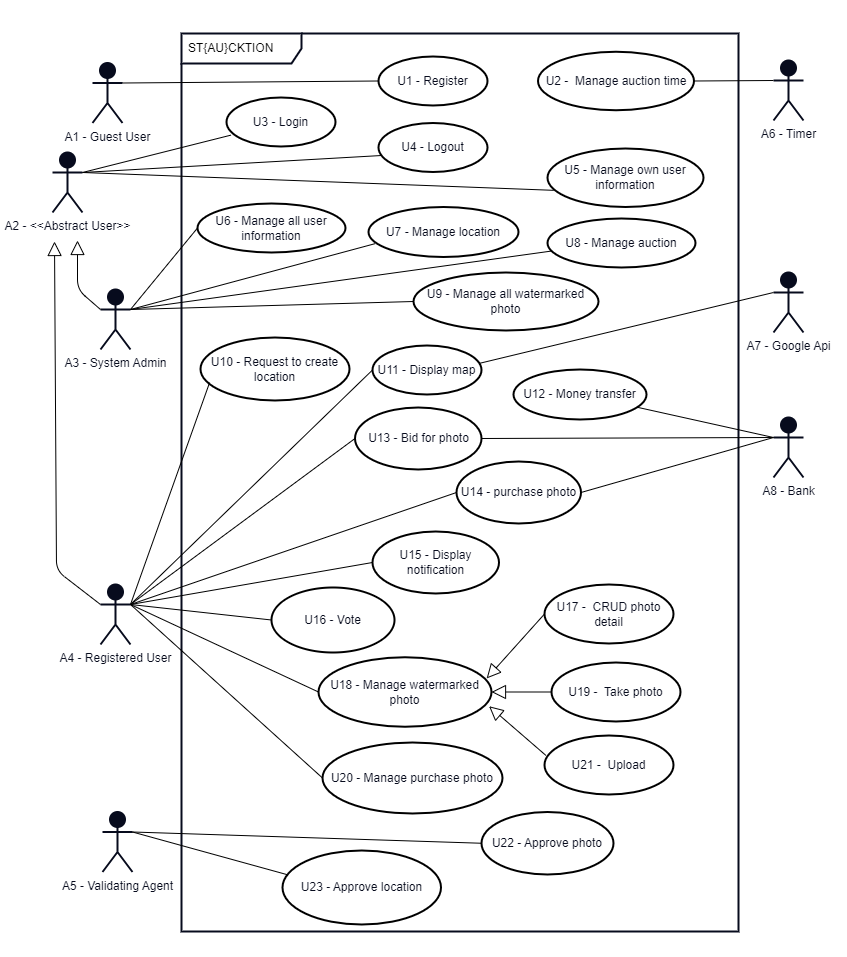
Above: diagrams/use-case-diagram/use-case-diagram.png in staucktion/docs (draw.io), before the change. Source tidied: cells renumbered, new cells last; positions are measured from the earlier drawing's top-left corner, leaving out a move shared by most shapes.
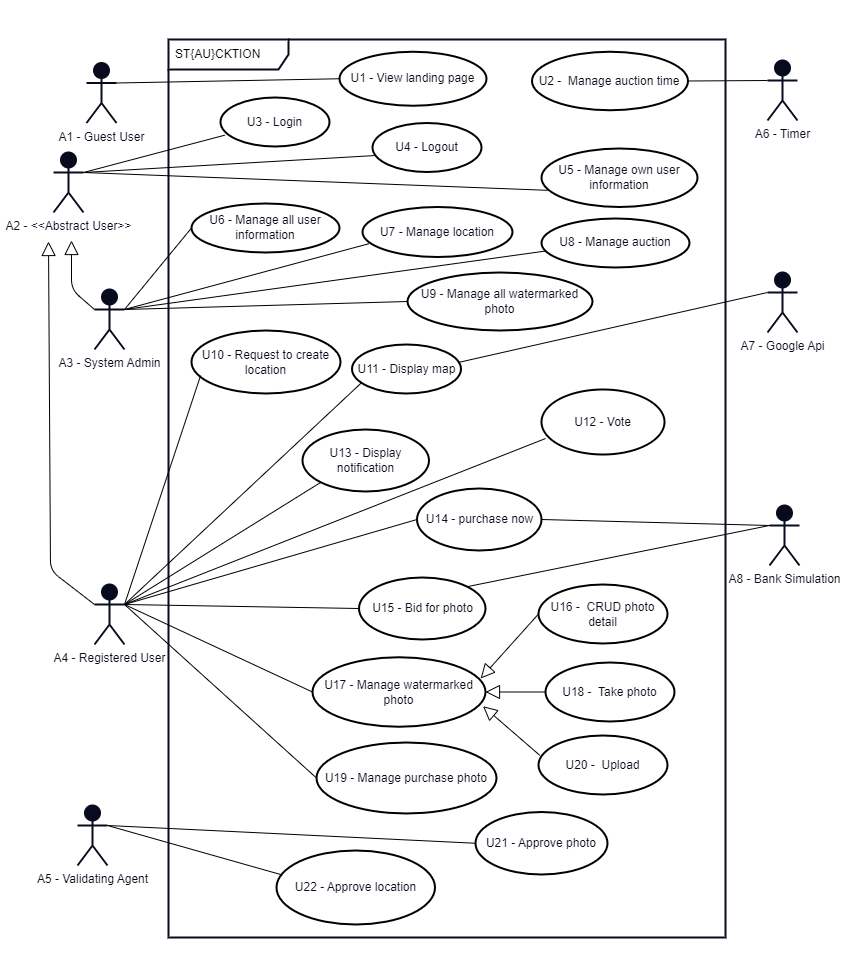
Later version of the same file.

Commit message:
update use case diagram

Diff of the diagram source:
```diff
@@ -3,13 +3,13 @@
     <mxCell id="0" />
     <mxCell id="1" parent="0" />
     <mxCell id="2" style="rounded=0;whiteSpace=wrap;html=1;strokeColor=#FFFFFF;strokeWidth=2;fontColor=#070B1D;fillColor=none;gradientColor=none;" parent="1" vertex="1">
-      <mxGeometry width="845" height="955" as="geometry" />
+      <mxGeometry x="6" width="839" height="955" as="geometry" />
     </mxCell>
     <mxCell id="3" value="ST{AU}CKTION" style="shape=umlFrame;whiteSpace=wrap;html=1;width=120;height=30;boundedLbl=1;verticalAlign=middle;align=left;spacingLeft=5;strokeWidth=2;swimlaneFillColor=none;perimeterSpacing=1;strokeColor=#070B1D;" parent="1" vertex="1">
-      <mxGeometry x="180" y="32" width="557" height="898" as="geometry" />
+      <mxGeometry x="173" y="38" width="557" height="898" as="geometry" />
     </mxCell>
     <mxCell id="4" value="&lt;font color=&quot;#070b1d&quot;&gt;A2 - &amp;lt;&amp;lt;Abstract User&amp;gt;&amp;gt;&lt;br&gt;&lt;/font&gt;" style="shape=umlActor;verticalLabelPosition=bottom;verticalAlign=top;html=1;strokeColor=#070B1D;strokeWidth=2;fillColor=#070B1D;gradientColor=none;" parent="1" vertex="1">
-      <mxGeometry x="51" y="151" width="30" height="60" as="geometry" />
+      <mxGeometry x="58" y="151" width="30" height="60" as="geometry" />
     </mxCell>
     <mxCell id="5" value="U7 - Manage location" style="ellipse;whiteSpace=wrap;html=1;strokeColor=#000000;strokeWidth=2;fontColor=#070B1D;fillColor=none;gradientColor=none;" parent="1" vertex="1">
       <mxGeometry x="367" y="205.5" width="150" height="50" as="geometry" />
@@ -17,10 +17,7 @@
     <mxCell id="6" value="U5 - Manage own user information" style="ellipse;whiteSpace=wrap;html=1;strokeColor=#000000;strokeWidth=2;fontColor=#070B1D;fillColor=none;gradientColor=none;" parent="1" vertex="1">
       <mxGeometry x="546" y="147" width="156" height="58.5" as="geometry" />
     </mxCell>
-    <mxCell id="7" value="U12 -&amp;nbsp;Money transfer" style="ellipse;whiteSpace=wrap;html=1;strokeColor=#000000;strokeWidth=2;fontColor=#070B1D;fillColor=none;gradientColor=none;" parent="1" vertex="1">
-      <mxGeometry x="512" y="368" width="133" height="50" as="geometry" />
-    </mxCell>
-    <mxCell id="8" value="U21 -&amp;nbsp; Upload" style="ellipse;whiteSpace=wrap;html=1;strokeColor=#000000;strokeWidth=2;fontColor=#070B1D;fillColor=none;gradientColor=none;" parent="1" vertex="1">
+    <mxCell id="8" value="U20 -&amp;nbsp; Upload" style="ellipse;whiteSpace=wrap;html=1;strokeColor=#000000;strokeWidth=2;fontColor=#070B1D;fillColor=none;gradientColor=none;" parent="1" vertex="1">
       <mxGeometry x="543" y="734" width="129" height="59" as="geometry" />
     </mxCell>
     <mxCell id="9" value="U3 - Login" style="ellipse;whiteSpace=wrap;html=1;strokeColor=#000000;strokeWidth=2;fontColor=#070B1D;fillColor=none;gradientColor=none;" parent="1" vertex="1">
@@ -29,11 +26,11 @@
     <mxCell id="10" value="U4 - Logout" style="ellipse;whiteSpace=wrap;html=1;strokeColor=#000000;strokeWidth=2;fontColor=#070B1D;fillColor=none;gradientColor=none;" parent="1" vertex="1">
       <mxGeometry x="377" y="121.5" width="109" height="49" as="geometry" />
     </mxCell>
-    <mxCell id="11" value="U13 -&amp;nbsp;Bid for photo" style="ellipse;whiteSpace=wrap;html=1;strokeColor=#000000;strokeWidth=2;fontColor=#070B1D;fillColor=none;gradientColor=none;" parent="1" vertex="1">
-      <mxGeometry x="353.5" y="406" width="126.5" height="62" as="geometry" />
+    <mxCell id="11" value="U15 -&amp;nbsp;Bid for photo" style="ellipse;whiteSpace=wrap;html=1;strokeColor=#000000;strokeWidth=2;fontColor=#070B1D;fillColor=none;gradientColor=none;" parent="1" vertex="1">
+      <mxGeometry x="363.5" y="576" width="126.5" height="62" as="geometry" />
     </mxCell>
-    <mxCell id="12" value="&lt;font color=&quot;#070b1d&quot;&gt;A8 - Bank&lt;br&gt;&lt;/font&gt;" style="shape=umlActor;verticalLabelPosition=bottom;verticalAlign=top;html=1;strokeColor=#070B1D;strokeWidth=2;fillColor=#070B1D;gradientColor=none;" parent="1" vertex="1">
-      <mxGeometry x="772" y="416" width="30" height="60" as="geometry" />
+    <mxCell id="12" value="&lt;font color=&quot;#070b1d&quot;&gt;A8 - Bank Simulation&lt;br&gt;&lt;/font&gt;" style="shape=umlActor;verticalLabelPosition=bottom;verticalAlign=top;html=1;strokeColor=#070B1D;strokeWidth=2;fillColor=#070B1D;gradientColor=none;" parent="1" vertex="1">
+      <mxGeometry x="774" y="504" width="30" height="60" as="geometry" />
     </mxCell>
     <mxCell id="13" value="&lt;font color=&quot;#070b1d&quot;&gt;A7 - Google Api&lt;br&gt;&lt;/font&gt;" style="shape=umlActor;verticalLabelPosition=bottom;verticalAlign=top;html=1;strokeColor=#070B1D;strokeWidth=2;fillColor=#070B1D;gradientColor=none;" parent="1" vertex="1">
       <mxGeometry x="772" y="271" width="30" height="60" as="geometry" />
@@ -41,27 +38,24 @@
     <mxCell id="14" value="&lt;font color=&quot;#070b1d&quot;&gt;A3 - System Admin&lt;br&gt;&lt;/font&gt;" style="shape=umlActor;verticalLabelPosition=bottom;verticalAlign=top;html=1;strokeColor=#070B1D;strokeWidth=2;fillColor=#070B1D;gradientColor=none;" parent="1" vertex="1">
       <mxGeometry x="99" y="288" width="30" height="60" as="geometry" />
     </mxCell>
-    <mxCell id="15" value="U14 - purchase photo" style="ellipse;whiteSpace=wrap;html=1;strokeColor=#000000;strokeWidth=2;fontColor=#070B1D;fillColor=none;gradientColor=none;" parent="1" vertex="1">
-      <mxGeometry x="455" y="460" width="124.5" height="62" as="geometry" />
+    <mxCell id="15" value="U14 - purchase now" style="ellipse;whiteSpace=wrap;html=1;strokeColor=#000000;strokeWidth=2;fontColor=#070B1D;fillColor=none;gradientColor=none;" parent="1" vertex="1">
+      <mxGeometry x="421.5" y="487" width="124.5" height="62" as="geometry" />
     </mxCell>
-    <mxCell id="16" value="U16 - Vote" style="ellipse;whiteSpace=wrap;html=1;strokeColor=#000000;strokeWidth=2;fontColor=#070B1D;fillColor=none;gradientColor=none;" parent="1" vertex="1">
-      <mxGeometry x="270" y="586" width="123" height="65" as="geometry" />
+    <mxCell id="16" value="U12 - Vote" style="ellipse;whiteSpace=wrap;html=1;strokeColor=#000000;strokeWidth=2;fontColor=#070B1D;fillColor=none;gradientColor=none;" parent="1" vertex="1">
+      <mxGeometry x="546" y="388" width="123" height="65" as="geometry" />
     </mxCell>
-    <mxCell id="17" value="U18 - Manage watermarked photo" style="ellipse;whiteSpace=wrap;html=1;strokeColor=#000000;strokeWidth=2;fontColor=#070B1D;fillColor=none;gradientColor=none;" parent="1" vertex="1">
+    <mxCell id="17" value="U17 - Manage watermarked photo" style="ellipse;whiteSpace=wrap;html=1;strokeColor=#000000;strokeWidth=2;fontColor=#070B1D;fillColor=none;gradientColor=none;" parent="1" vertex="1">
       <mxGeometry x="317" y="655.8" width="173" height="69.5" as="geometry" />
     </mxCell>
-    <mxCell id="18" value="U22 - Approve photo" style="ellipse;whiteSpace=wrap;html=1;strokeColor=#000000;strokeWidth=2;fontColor=#070B1D;fillColor=none;gradientColor=none;" parent="1" vertex="1">
+    <mxCell id="18" value="U21 - Approve photo" style="ellipse;whiteSpace=wrap;html=1;strokeColor=#000000;strokeWidth=2;fontColor=#070B1D;fillColor=none;gradientColor=none;" parent="1" vertex="1">
       <mxGeometry x="480" y="810.5" width="132" height="62.5" as="geometry" />
     </mxCell>
     <mxCell id="19" value="&lt;font color=&quot;#070b1d&quot;&gt;A5 - Validating Agent&lt;br&gt;&lt;/font&gt;" style="shape=umlActor;verticalLabelPosition=bottom;verticalAlign=top;html=1;strokeColor=#070B1D;strokeWidth=2;fillColor=#070B1D;gradientColor=none;" parent="1" vertex="1">
-      <mxGeometry x="101" y="810.5" width="30" height="60" as="geometry" />
+      <mxGeometry x="82" y="804" width="30" height="60" as="geometry" />
     </mxCell>
     <mxCell id="20" style="endArrow=none;html=1;rounded=1;strokeColor=#000000;fontColor=#070B1D;exitX=1;exitY=0.5;exitDx=0;exitDy=0;entryX=0;entryY=0.3333333333333333;entryDx=0;entryDy=0;entryPerimeter=0;" parent="1" edge="1" source="15" target="12">
       <mxGeometry relative="1" as="geometry" />
     </mxCell>
-    <mxCell id="21" style="endArrow=none;html=1;strokeColor=#000000;exitX=0;exitY=0.3333333333333333;exitDx=0;exitDy=0;exitPerimeter=0;" parent="1" edge="1" source="12" target="7">
-      <mxGeometry relative="1" as="geometry" />
-    </mxCell>
     <mxCell id="22" style="endArrow=none;html=1;strokeColor=#000000;exitX=0.041;exitY=0.768;exitDx=0;exitDy=0;entryX=1;entryY=0.3333333333333333;entryDx=0;entryDy=0;entryPerimeter=0;exitPerimeter=0;" parent="1" edge="1" source="9" target="4">
       <mxGeometry relative="1" as="geometry" />
     </mxCell>
@@ -86,8 +80,8 @@
     <mxCell id="29" style="endArrow=none;html=1;strokeColor=#000000;entryX=1;entryY=0.3333333333333333;entryDx=0;entryDy=0;exitX=0;exitY=0.5;exitDx=0;exitDy=0;entryPerimeter=0;" parent="1" edge="1" source="15" target="36">
       <mxGeometry relative="1" as="geometry" />
     </mxCell>
-    <mxCell id="30" value="U1 - Register" style="ellipse;whiteSpace=wrap;html=1;strokeColor=#000000;strokeWidth=2;fontColor=#070B1D;fillColor=none;gradientColor=none;" parent="1" vertex="1">
-      <mxGeometry x="377" y="55" width="109" height="49" as="geometry" />
+    <mxCell id="30" value="U1 - View landing page" style="ellipse;whiteSpace=wrap;html=1;strokeColor=#000000;strokeWidth=2;fontColor=#070B1D;fillColor=none;gradientColor=none;" parent="1" vertex="1">
+      <mxGeometry x="344" y="50.2" width="147" height="54" as="geometry" />
     </mxCell>
     <mxCell id="31" value="&lt;font color=&quot;#070b1d&quot;&gt;A1 - Guest User&lt;br&gt;&lt;/font&gt;" style="shape=umlActor;verticalLabelPosition=bottom;verticalAlign=top;html=1;strokeColor=#070B1D;strokeWidth=2;fillColor=#070B1D;gradientColor=none;" parent="1" vertex="1">
       <mxGeometry x="91" y="61.5" width="30" height="60" as="geometry" />
@@ -111,25 +105,25 @@
         </Array>
       </mxGeometry>
     </mxCell>
-    <mxCell id="35" style="endArrow=none;html=1;rounded=1;strokeColor=#000000;fontColor=#070B1D;exitX=1;exitY=0.5;exitDx=0;exitDy=0;entryX=0;entryY=0.3333333333333333;entryDx=0;entryDy=0;entryPerimeter=0;" parent="1" edge="1" source="11" target="12">
+    <mxCell id="35" style="endArrow=none;html=1;rounded=1;strokeColor=#000000;fontColor=#070B1D;exitX=1;exitY=0;exitDx=0;exitDy=0;entryX=0;entryY=0.3333333333333333;entryDx=0;entryDy=0;entryPerimeter=0;" parent="1" edge="1" source="11" target="12">
       <mxGeometry relative="1" as="geometry" />
     </mxCell>
     <mxCell id="36" value="&lt;font color=&quot;#070b1d&quot;&gt;A4 - Registered User&lt;br&gt;&lt;/font&gt;" style="shape=umlActor;verticalLabelPosition=bottom;verticalAlign=top;html=1;strokeColor=#070B1D;strokeWidth=2;fillColor=#070B1D;gradientColor=none;" parent="1" vertex="1">
       <mxGeometry x="99" y="583" width="30" height="60" as="geometry" />
     </mxCell>
     <mxCell id="37" value="U10 - Request to create location" style="ellipse;whiteSpace=wrap;html=1;strokeColor=#000000;strokeWidth=2;fontColor=#070B1D;fillColor=none;gradientColor=none;" parent="1" vertex="1">
-      <mxGeometry x="199" y="336" width="149" height="63" as="geometry" />
+      <mxGeometry x="196" y="329" width="149" height="63" as="geometry" />
     </mxCell>
-    <mxCell id="38" value="U23 -&amp;nbsp;Approve location" style="ellipse;whiteSpace=wrap;html=1;strokeColor=#000000;strokeWidth=2;fontColor=#070B1D;fillColor=none;gradientColor=none;" parent="1" vertex="1">
+    <mxCell id="38" value="U22 -&amp;nbsp;Approve location" style="ellipse;whiteSpace=wrap;html=1;strokeColor=#000000;strokeWidth=2;fontColor=#070B1D;fillColor=none;gradientColor=none;" parent="1" vertex="1">
       <mxGeometry x="281" y="849" width="158.5" height="74" as="geometry" />
     </mxCell>
     <mxCell id="39" style="endArrow=none;html=1;strokeColor=#000000;entryX=1;entryY=0.3333333333333333;entryDx=0;entryDy=0;exitX=0.032;exitY=0.328;exitDx=0;exitDy=0;entryPerimeter=0;exitPerimeter=0;" parent="1" edge="1" source="38" target="19">
       <mxGeometry relative="1" as="geometry" />
     </mxCell>
     <mxCell id="40" value="U11 -&amp;nbsp;Display map" style="ellipse;whiteSpace=wrap;html=1;strokeColor=#000000;strokeWidth=2;fontColor=#070B1D;fillColor=none;gradientColor=none;" parent="1" vertex="1">
-      <mxGeometry x="371" y="344" width="109" height="49" as="geometry" />
+      <mxGeometry x="356.5" y="343" width="109" height="49" as="geometry" />
     </mxCell>
-    <mxCell id="41" style="endArrow=none;html=1;strokeColor=#000000;exitX=0;exitY=0.5;exitDx=0;exitDy=0;entryX=1;entryY=0.3333333333333333;entryDx=0;entryDy=0;entryPerimeter=0;" parent="1" edge="1" source="40" target="36">
+    <mxCell id="41" style="endArrow=none;html=1;strokeColor=#000000;exitX=0.084;exitY=0.787;exitDx=0;exitDy=0;entryX=1;entryY=0.3333333333333333;entryDx=0;entryDy=0;entryPerimeter=0;exitPerimeter=0;" parent="1" edge="1" source="40" target="36">
       <mxGeometry relative="1" as="geometry" />
     </mxCell>
     <mxCell id="42" style="endArrow=none;html=1;strokeColor=#000000;entryX=0;entryY=0.3333333333333333;entryDx=0;entryDy=0;entryPerimeter=0;exitX=0.987;exitY=0.361;exitDx=0;exitDy=0;exitPerimeter=0;" parent="1" edge="1" source="40" target="13">
@@ -165,28 +159,28 @@
     <mxCell id="52" style="endArrow=none;html=1;strokeColor=#000000;entryX=1;entryY=0.3333333333333333;entryDx=0;entryDy=0;exitX=0;exitY=0.5;exitDx=0;exitDy=0;entryPerimeter=0;" parent="1" edge="1" source="51" target="14">
       <mxGeometry relative="1" as="geometry" />
     </mxCell>
-    <mxCell id="53" value="U15 - Display notification" style="ellipse;whiteSpace=wrap;html=1;strokeColor=#000000;strokeWidth=2;fontColor=#070B1D;fillColor=none;gradientColor=none;" parent="1" vertex="1">
-      <mxGeometry x="371" y="530" width="126.5" height="62" as="geometry" />
+    <mxCell id="53" value="U13 - Display notification" style="ellipse;whiteSpace=wrap;html=1;strokeColor=#000000;strokeWidth=2;fontColor=#070B1D;fillColor=none;gradientColor=none;" parent="1" vertex="1">
+      <mxGeometry x="307" y="428" width="126.5" height="62" as="geometry" />
     </mxCell>
-    <mxCell id="54" style="endArrow=none;html=1;strokeColor=#000000;entryX=1;entryY=0.3333333333333333;entryDx=0;entryDy=0;exitX=0;exitY=0.5;exitDx=0;exitDy=0;entryPerimeter=0;" parent="1" edge="1" source="53" target="36">
+    <mxCell id="54" style="endArrow=none;html=1;strokeColor=#000000;entryX=1;entryY=0.3333333333333333;entryDx=0;entryDy=0;exitX=0;exitY=1;exitDx=0;exitDy=0;entryPerimeter=0;" parent="1" edge="1" source="53" target="36">
       <mxGeometry relative="1" as="geometry" />
     </mxCell>
     <mxCell id="55" style="endArrow=none;html=1;strokeColor=#000000;exitX=0;exitY=0.5;exitDx=0;exitDy=0;entryX=1;entryY=0.3333333333333333;entryDx=0;entryDy=0;entryPerimeter=0;" parent="1" edge="1" source="56" target="36">
       <mxGeometry relative="1" as="geometry" />
     </mxCell>
-    <mxCell id="56" value="U20 - Manage purchase photo" style="ellipse;whiteSpace=wrap;html=1;strokeColor=#000000;strokeWidth=2;fontColor=#070B1D;fillColor=none;gradientColor=none;" parent="1" vertex="1">
+    <mxCell id="56" value="U19 - Manage purchase photo" style="ellipse;whiteSpace=wrap;html=1;strokeColor=#000000;strokeWidth=2;fontColor=#070B1D;fillColor=none;gradientColor=none;" parent="1" vertex="1">
       <mxGeometry x="321" y="741" width="180" height="71" as="geometry" />
     </mxCell>
-    <mxCell id="57" value="U19 -&amp;nbsp; Take photo" style="ellipse;whiteSpace=wrap;html=1;strokeColor=#000000;strokeWidth=2;fontColor=#070B1D;fillColor=none;gradientColor=none;" parent="1" vertex="1">
+    <mxCell id="57" value="U18 -&amp;nbsp; Take photo" style="ellipse;whiteSpace=wrap;html=1;strokeColor=#000000;strokeWidth=2;fontColor=#070B1D;fillColor=none;gradientColor=none;" parent="1" vertex="1">
       <mxGeometry x="550" y="661" width="129" height="59" as="geometry" />
     </mxCell>
-    <mxCell id="58" value="U17 -&amp;nbsp; CRUD photo detail" style="ellipse;whiteSpace=wrap;html=1;strokeColor=#000000;strokeWidth=2;fontColor=#070B1D;fillColor=none;gradientColor=none;" parent="1" vertex="1">
+    <mxCell id="58" value="U16 -&amp;nbsp; CRUD photo detail" style="ellipse;whiteSpace=wrap;html=1;strokeColor=#000000;strokeWidth=2;fontColor=#070B1D;fillColor=none;gradientColor=none;" parent="1" vertex="1">
       <mxGeometry x="543" y="583" width="129" height="59" as="geometry" />
     </mxCell>
     <mxCell id="59" style="edgeStyle=none;html=1;endSize=12;endArrow=block;endFill=0;strokeColor=#000000;entryX=0.972;entryY=0.305;entryDx=0;entryDy=0;exitX=0;exitY=0.5;exitDx=0;exitDy=0;entryPerimeter=0;" parent="1" edge="1" source="58" target="17">
       <mxGeometry relative="1" as="geometry" />
     </mxCell>
-    <mxCell id="60" style="endArrow=none;html=1;strokeColor=#000000;exitX=1;exitY=0.3333333333333333;exitDx=0;exitDy=0;entryX=0;entryY=0.5;entryDx=0;entryDy=0;exitPerimeter=0;" parent="1" edge="1" source="36" target="16">
+    <mxCell id="60" style="endArrow=none;html=1;strokeColor=#000000;exitX=1;exitY=0.3333333333333333;exitDx=0;exitDy=0;entryX=0.033;entryY=0.754;entryDx=0;entryDy=0;exitPerimeter=0;entryPerimeter=0;" parent="1" edge="1" source="36" target="16">
       <mxGeometry relative="1" as="geometry" />
     </mxCell>
     <mxCell id="61" style="edgeStyle=none;html=1;endSize=12;endArrow=block;endFill=0;strokeColor=#000000;entryX=1;entryY=0.5;entryDx=0;entryDy=0;exitX=0;exitY=0.5;exitDx=0;exitDy=0;" parent="1" edge="1" source="57" target="17">
```
